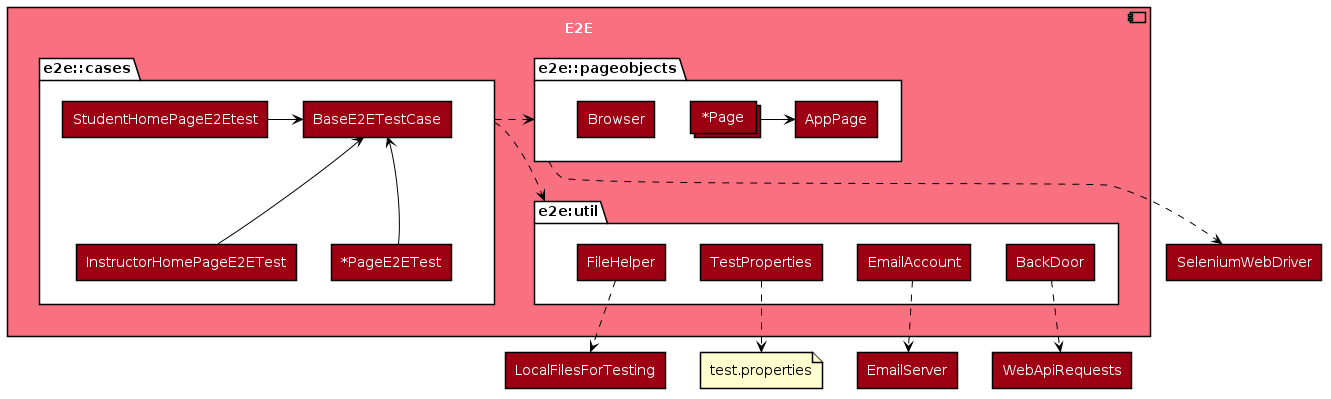
This is diagrams/E2EComponent.png from devashish-rane/teammates, a PlantUML export, as it was before one commit. Its source is kept beside it as diagrams/E2EComponent.puml.
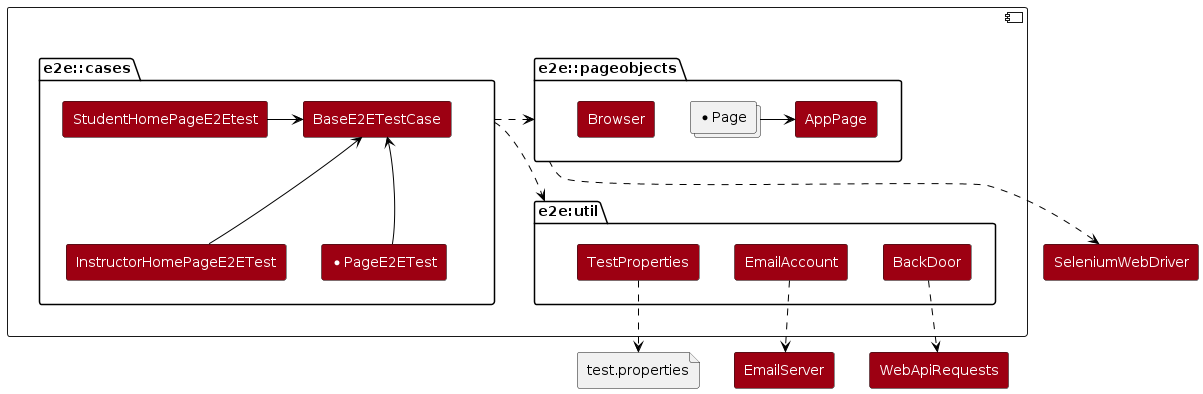
After the change.

Change to the diagram source:
```diff
@@ -1,5 +1,5 @@
 @startuml
-!include diagrams/style.puml
+!include style.puml
 skinparam componentBackgroundColor MODEL_COLOR_T1
 skinparam componentFontColor #FFFFFF
 skinparam packageBackgroundColor #FFFFFF
@@ -22,7 +22,6 @@
     }
 
     package "e2e:util" as Util {
-        rectangle FileHelper
         rectangle TestProperties
         rectangle EmailAccount
         rectangle BackDoor
@@ -31,14 +30,12 @@
 
 file test.properties
 rectangle SeleniumWebDriver
-rectangle LocalFilesForTesting
 rectangle EmailServer
 rectangle WebApiRequests
 
 PageObjects ..> SeleniumWebDriver
 Cases ..> Util
 Cases ..> PageObjects
-FileHelper ..> LocalFilesForTesting
 TestProperties ..> test.properties
 EmailAccount ..> EmailServer
 BackDoor ..> WebApiRequests
@@ -52,14 +49,11 @@
 BaseE2ETestCase -[hidden]down- InstructorHomePageE2ETest
 BaseE2ETestCase -[hidden]down- PageE2ETest
 
-FileHelper -[hidden]right- TestProperties
 TestProperties -[hidden]right- EmailAccount
 EmailAccount -[hidden]right- BackDoor
 
-LocalFilesForTesting -[hidden]right- test.properties
 test.properties -[hidden]right- EmailServer
 EmailServer -[hidden]right- WebApiRequests
-PageE2ETest -[hidden]down- LocalFilesForTesting
 
 Cases -[hidden]right- Util
 Util -[hidden]left- Cases
```
